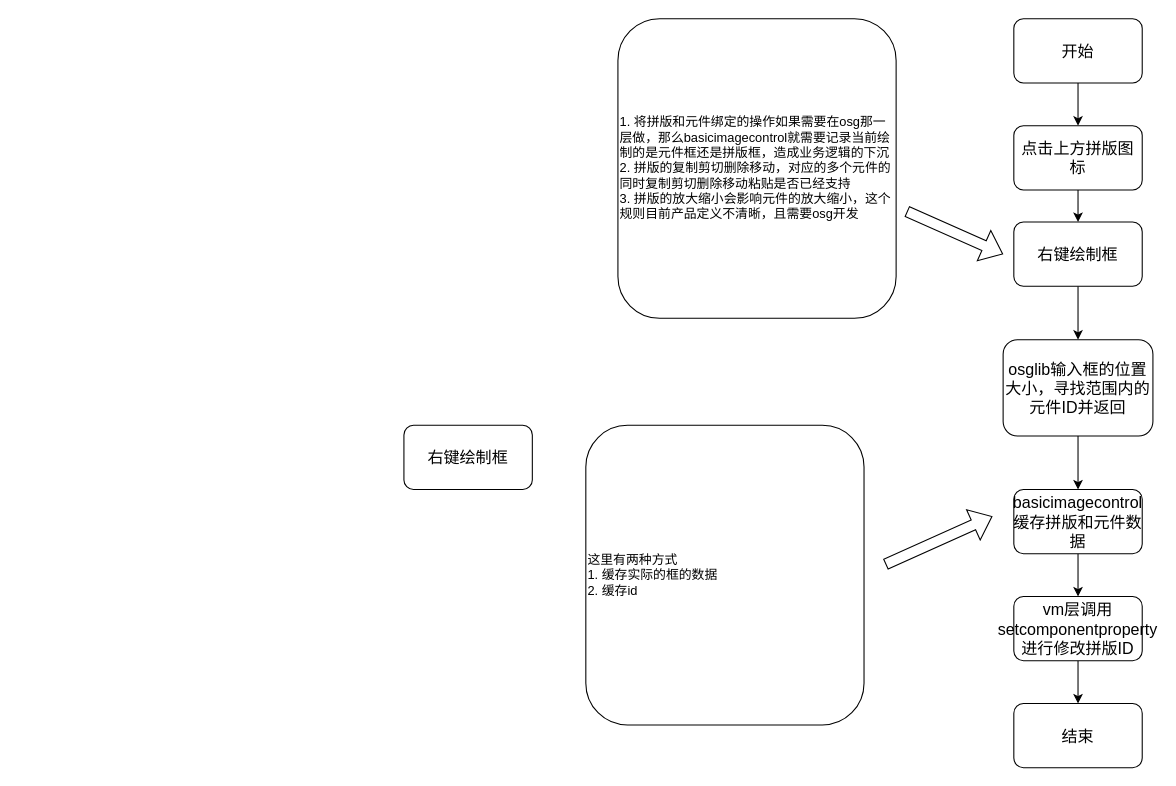
Above: 新建拼版流程图.drawio in notThisMoment/drawIo (draw.io), before the change. Source tidied: cells renumbered, new cells numbered last; positions are measured from the earlier drawing's top-left corner, leaving out a move shared by most shapes. Both pictures are drawn from the tidied source at 107%, with x=0, y=0 at pixel (403, 18).
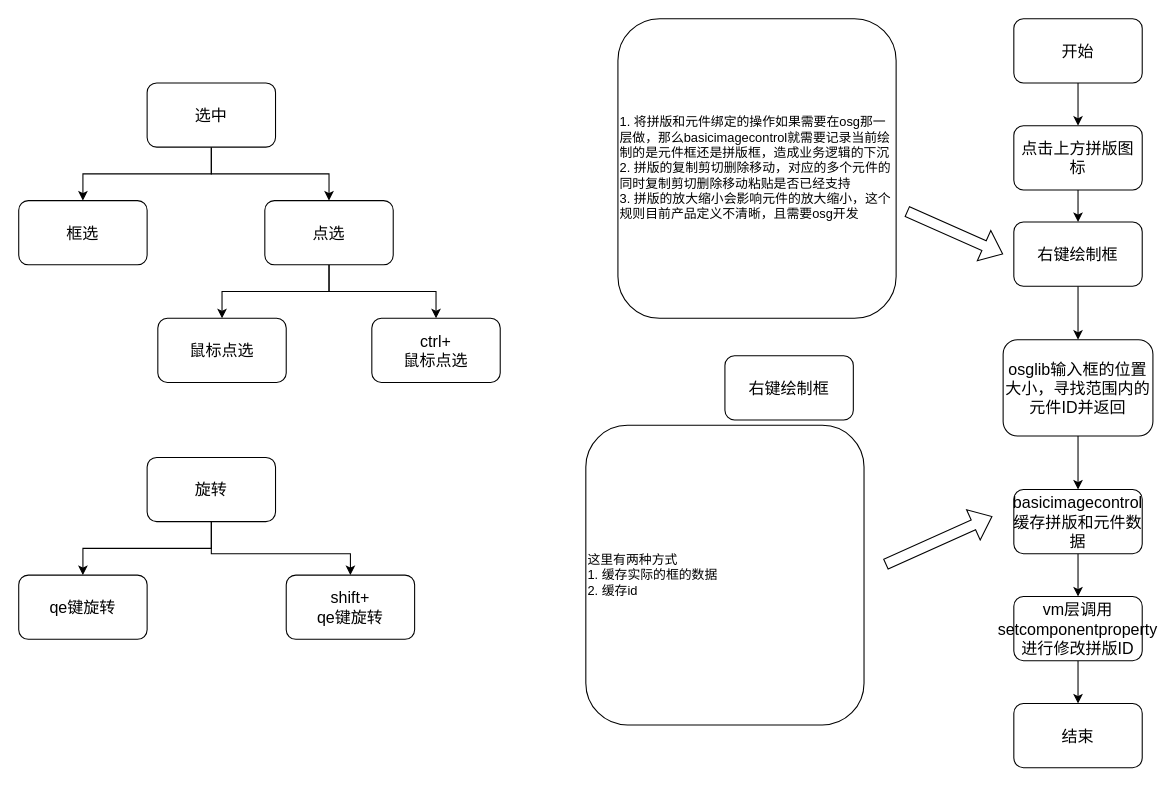
Above is the later version.

Commit message:
更新新建拼版流程图.drawio

What changed in the source:
```diff
@@
     <mxCell id="12" value="右键绘制框" style="rounded=1;whiteSpace=wrap;html=1;fontSize=15;" parent="1" vertex="1">
-      <mxGeometry y="380" width="120" height="60" as="geometry" />
+      <mxGeometry x="300" y="315" width="120" height="60" as="geometry" />
     </mxCell>
@@
+    <mxCell id="20" style="edgeStyle=orthogonalEdgeStyle;rounded=0;jettySize=auto;html=1;" parent="1" edge="1" source="22" target="26">
+      <mxGeometry relative="1" as="geometry" />
+    </mxCell>
+    <mxCell id="21" style="edgeStyle=orthogonalEdgeStyle;rounded=0;jettySize=auto;html=1;" parent="1" edge="1" source="22" target="23">
+      <mxGeometry relative="1" as="geometry" />
+    </mxCell>
+    <mxCell id="22" value="选中" style="rounded=1;whiteSpace=wrap;html=1;fontSize=15;" parent="1" vertex="1">
+      <mxGeometry x="-240" y="60" width="120" height="60" as="geometry" />
+    </mxCell>
+    <mxCell id="23" value="框选" style="rounded=1;whiteSpace=wrap;html=1;fontSize=15;" parent="1" vertex="1">
+      <mxGeometry x="-360" y="170" width="120" height="60" as="geometry" />
+    </mxCell>
+    <mxCell id="24" style="edgeStyle=orthogonalEdgeStyle;rounded=0;jettySize=auto;html=1;" parent="1" edge="1" source="26" target="27">
+      <mxGeometry relative="1" as="geometry" />
+    </mxCell>
+    <mxCell id="25" style="edgeStyle=orthogonalEdgeStyle;rounded=0;jettySize=auto;html=1;" parent="1" edge="1" source="26" target="28">
+      <mxGeometry relative="1" as="geometry" />
+    </mxCell>
+    <mxCell id="26" value="点选" style="rounded=1;whiteSpace=wrap;html=1;fontSize=15;" parent="1" vertex="1">
+      <mxGeometry x="-130" y="170" width="120" height="60" as="geometry" />
+    </mxCell>
+    <mxCell id="27" value="鼠标点选" style="rounded=1;whiteSpace=wrap;html=1;fontSize=15;" parent="1" vertex="1">
+      <mxGeometry x="-230" y="280" width="120" height="60" as="geometry" />
+    </mxCell>
+    <mxCell id="28" value="ctrl+&lt;br&gt;鼠标点选" style="rounded=1;whiteSpace=wrap;html=1;fontSize=15;" parent="1" vertex="1">
+      <mxGeometry x="-30" y="280" width="120" height="60" as="geometry" />
+    </mxCell>
+    <mxCell id="29" style="edgeStyle=orthogonalEdgeStyle;rounded=0;jettySize=auto;html=1;" parent="1" edge="1" source="31" target="32">
+      <mxGeometry relative="1" as="geometry" />
+    </mxCell>
+    <mxCell id="30" style="edgeStyle=orthogonalEdgeStyle;rounded=0;jettySize=auto;html=1;" parent="1" edge="1" source="31" target="33">
+      <mxGeometry relative="1" as="geometry">
+        <Array as="points">
+          <mxPoint x="-180" y="500" />
+          <mxPoint x="-50" y="500" />
+        </Array>
+      </mxGeometry>
+    </mxCell>
+    <mxCell id="31" value="旋转" style="rounded=1;whiteSpace=wrap;html=1;fontSize=15;" parent="1" vertex="1">
+      <mxGeometry x="-240" y="410" width="120" height="60" as="geometry" />
+    </mxCell>
+    <mxCell id="32" value="qe键旋转" style="rounded=1;whiteSpace=wrap;html=1;fontSize=15;" parent="1" vertex="1">
+      <mxGeometry x="-360" y="520" width="120" height="60" as="geometry" />
+    </mxCell>
+    <mxCell id="33" value="shift+&lt;br&gt;qe键旋转" style="rounded=1;whiteSpace=wrap;html=1;fontSize=15;" parent="1" vertex="1">
+      <mxGeometry x="-110" y="520" width="120" height="60" as="geometry" />
+    </mxCell>
```
